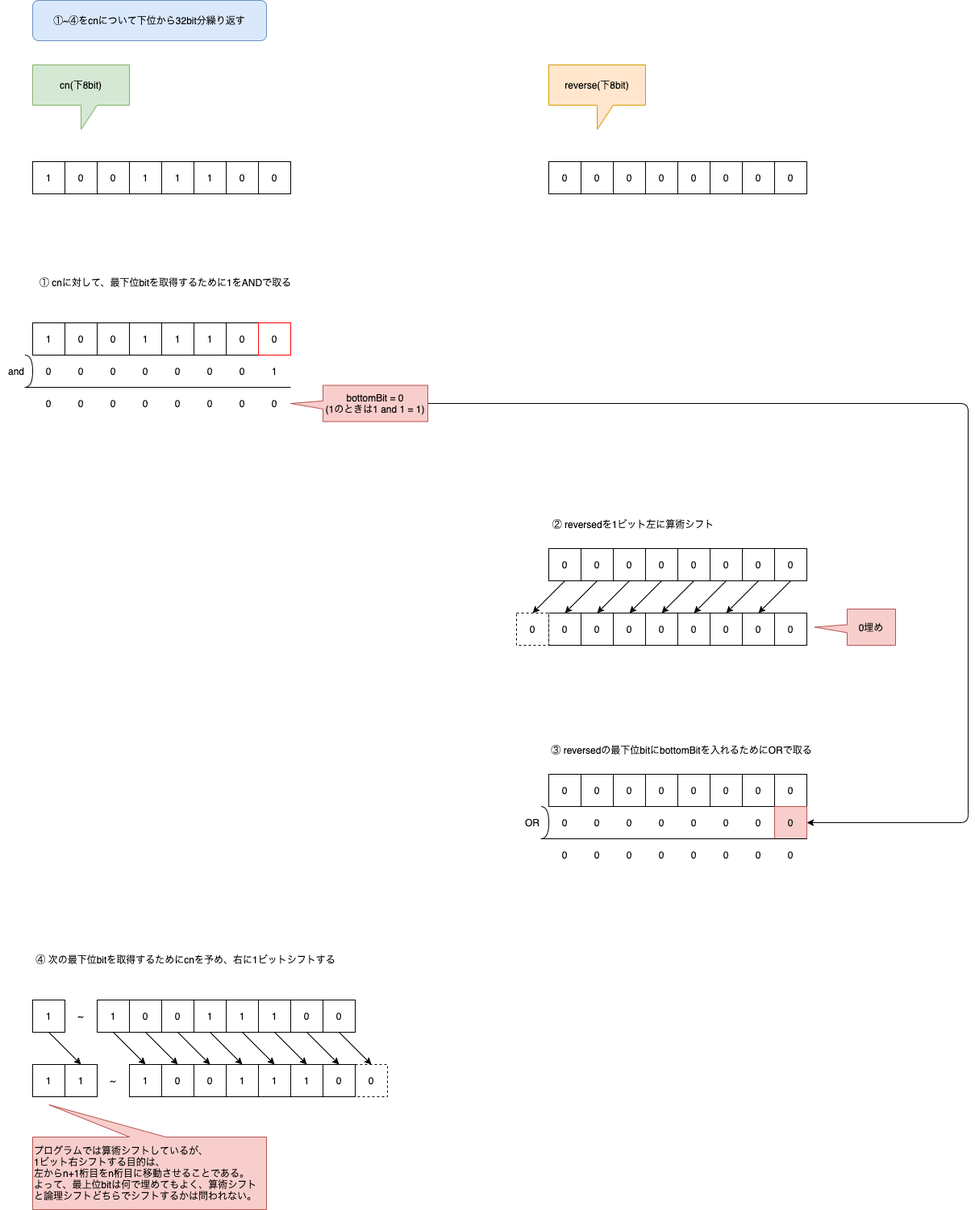
azul915/zenn keeps this draw.io diagram as images/az-leetcode-kotlin-190/reverse-bits.drawio.png. Above is the earlier version. Source tidied: cells renumbered, new cells last; positions are measured from the earlier drawing's top-left corner, leaving out a move shared by most shapes.
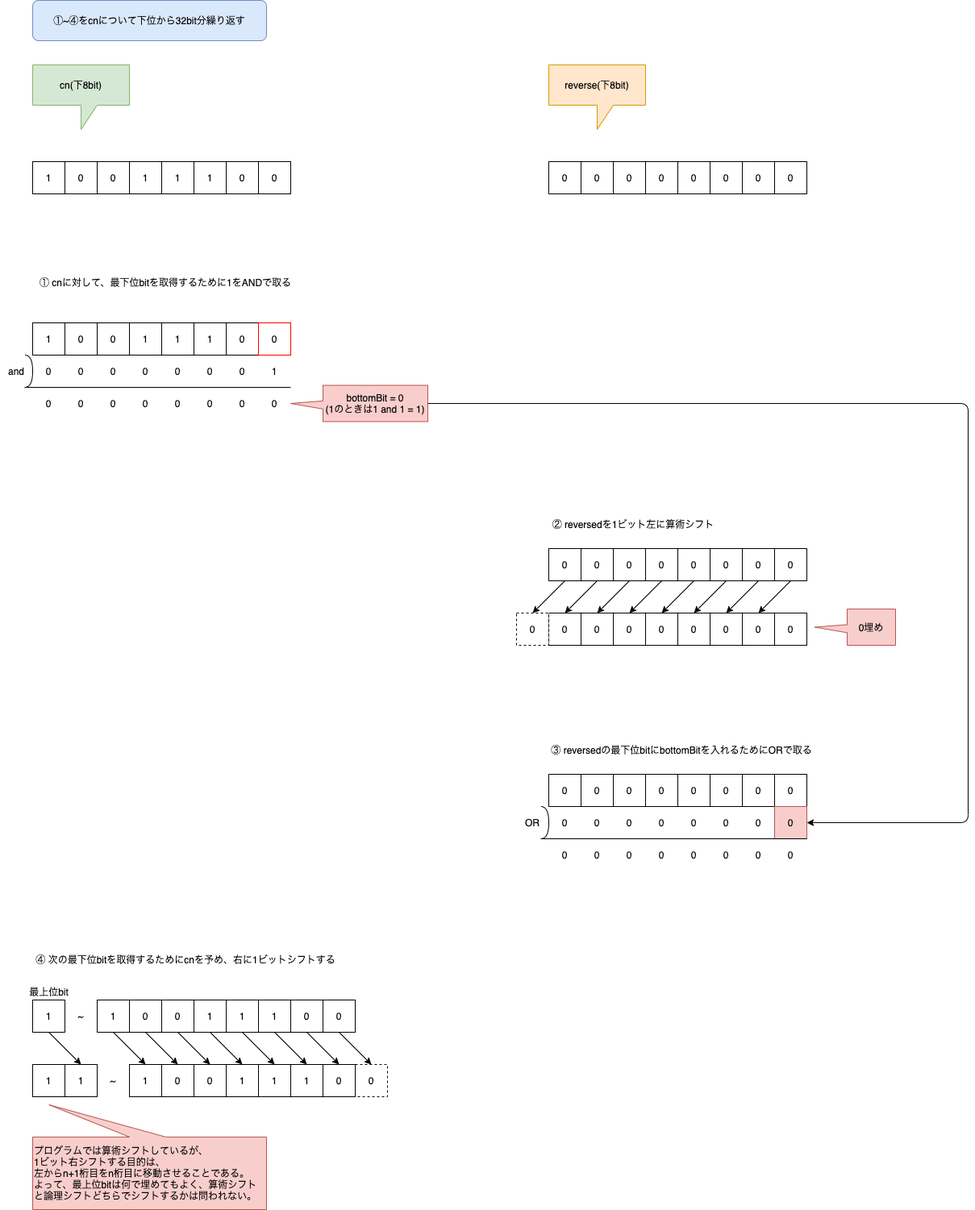
Later version of the same file.

Change to the diagram source:
```diff
@@ -463,5 +463,8 @@
     <mxCell id="137" value="①~④をcnについて下位から32bit分繰り返す" style="rounded=1;whiteSpace=wrap;html=1;strokeColor=#6c8ebf;fillColor=#dae8fc;" parent="1" vertex="1">
       <mxGeometry x="40" width="290" height="50" as="geometry" />
     </mxCell>
+    <mxCell id="138" value="最上位bit" style="text;html=1;align=center;verticalAlign=middle;strokeColor=none;" parent="1" vertex="1">
+      <mxGeometry x="30" y="1220" width="60" height="20" as="geometry" />
+    </mxCell>
   </root>
 </mxGraphModel>
```
